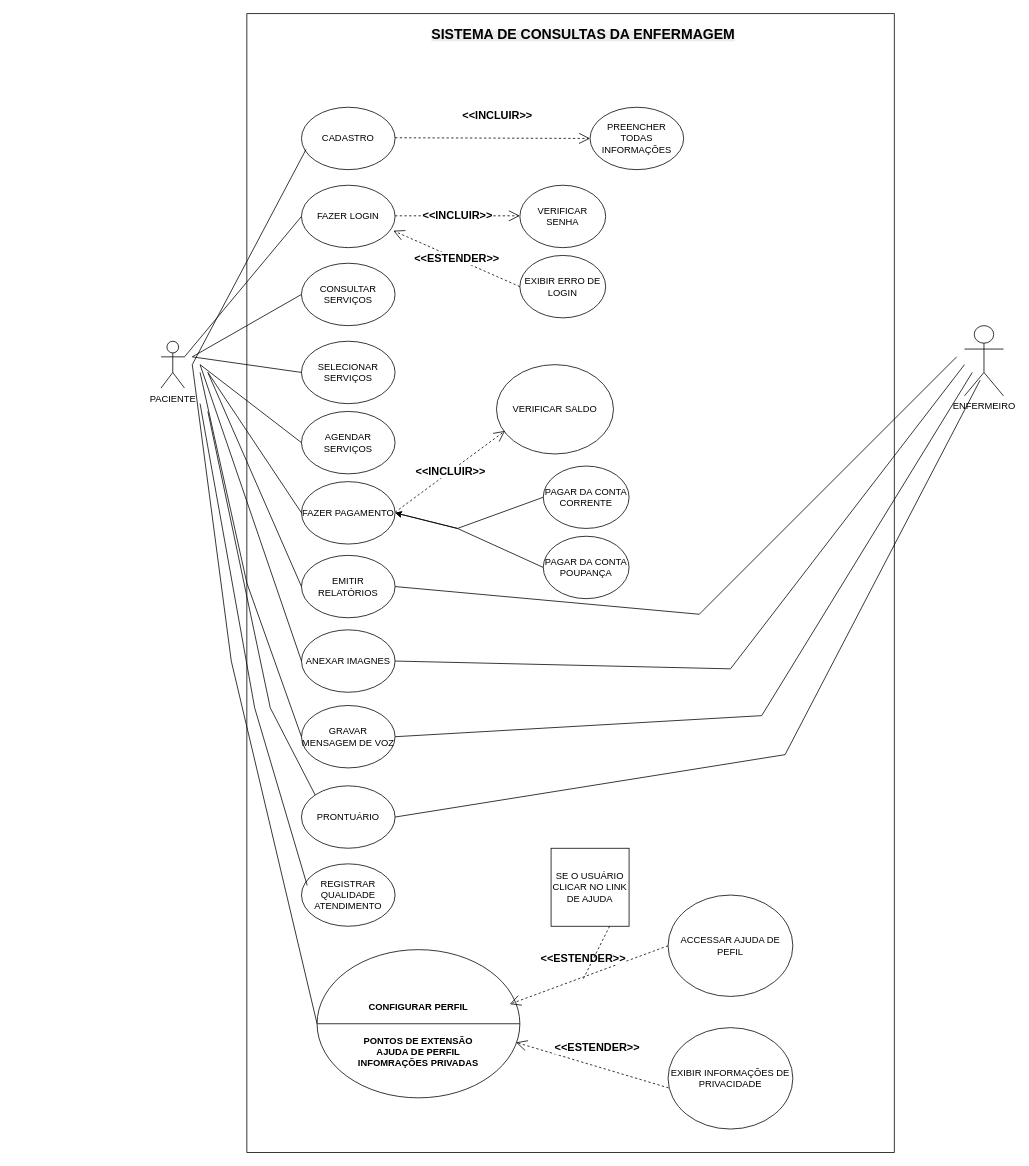
Before: page "Página-8" (8 of 8) of Diagrama sem nome.drawio in HUGOLEONARDOPE/diagramasderequisito, a draw.io diagram. Source tidied: cells renumbered, new cells numbered last; positions are measured from the earlier drawing's top-left corner, leaving out a move shared by most shapes. Both pictures are drawn from the tidied source at 78%, with x=0, y=0 at pixel (161, 13).
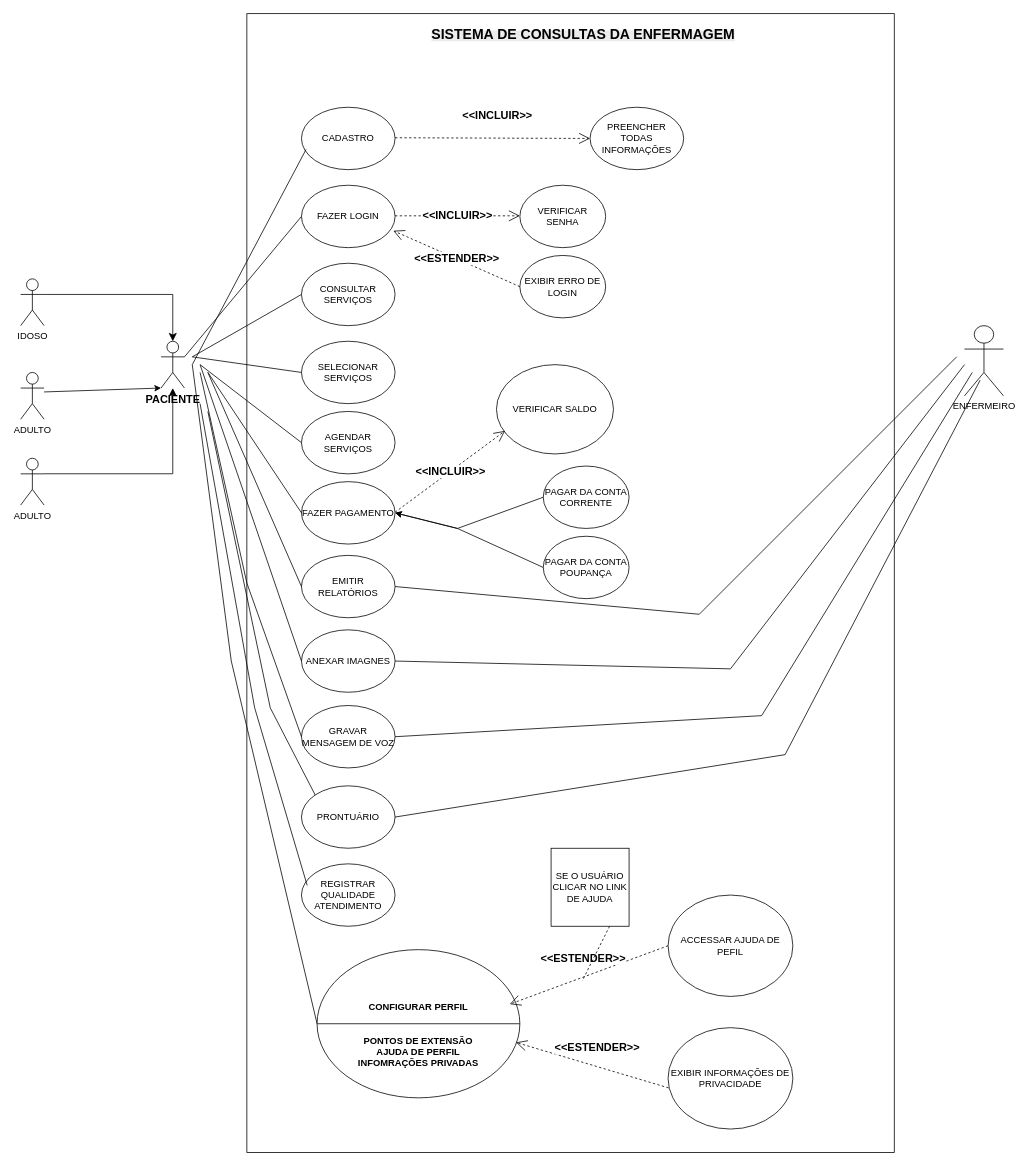
The same diagram, later.

Diff of the diagram source:
```diff
@@
-    <mxCell id="2" value="PACIENTE" style="shape=umlActor;verticalLabelPosition=bottom;verticalAlign=top;html=1;outlineConnect=0;" parent="1" vertex="1">
+    <mxCell id="2" value="&lt;font style=&quot;font-size: 14px;&quot;&gt;&lt;b&gt;PACIENTE&lt;/b&gt;&lt;/font&gt;" style="shape=umlActor;verticalLabelPosition=bottom;verticalAlign=top;html=1;outlineConnect=0;" parent="1" vertex="1">
       <mxGeometry y="420" width="30" height="60" as="geometry" />
     </mxCell>
@@
+    <mxCell id="52" value="IDOSO" style="shape=umlActor;verticalLabelPosition=bottom;verticalAlign=top;html=1;outlineConnect=0;" parent="1" vertex="1">
+      <mxGeometry x="-180" y="340" width="30" height="60" as="geometry" />
+    </mxCell>
+    <mxCell id="53" value="ADULTO" style="shape=umlActor;verticalLabelPosition=bottom;verticalAlign=top;html=1;" parent="1" vertex="1">
+      <mxGeometry x="-180" y="460" width="30" height="60" as="geometry" />
+    </mxCell>
+    <mxCell id="54" value="ADULTO" style="shape=umlActor;verticalLabelPosition=bottom;verticalAlign=top;html=1;" parent="1" vertex="1">
+      <mxGeometry x="-180" y="570" width="30" height="60" as="geometry" />
+    </mxCell>
+    <mxCell id="55" style="edgeStyle=segmentEdgeStyle;endArrow=classic;html=1;curved=0;rounded=0;endSize=8;startSize=8;" parent="1" edge="1" target="2">
+      <mxGeometry relative="1" as="geometry">
+        <mxPoint x="-150" y="589.9" as="sourcePoint" />
+      </mxGeometry>
+    </mxCell>
+    <mxCell id="56" style="edgeStyle=segmentEdgeStyle;endArrow=classic;html=1;curved=0;rounded=0;endSize=8;startSize=8;entryX=0.5;entryY=0;entryDx=0;entryDy=0;entryPerimeter=0;exitX=1;exitY=0.3333333333333333;exitDx=0;exitDy=0;exitPerimeter=0;" parent="1" edge="1" source="52" target="2">
+      <mxGeometry relative="1" as="geometry" />
+    </mxCell>
+    <mxCell id="57" style="endArrow=classic;html=1;rounded=0;entryX=0;entryY=1;entryDx=0;entryDy=0;entryPerimeter=0;" parent="1" edge="1" target="2">
+      <mxGeometry relative="1" as="geometry">
+        <mxPoint x="-150" y="485" as="sourcePoint" />
+      </mxGeometry>
+    </mxCell>
```
